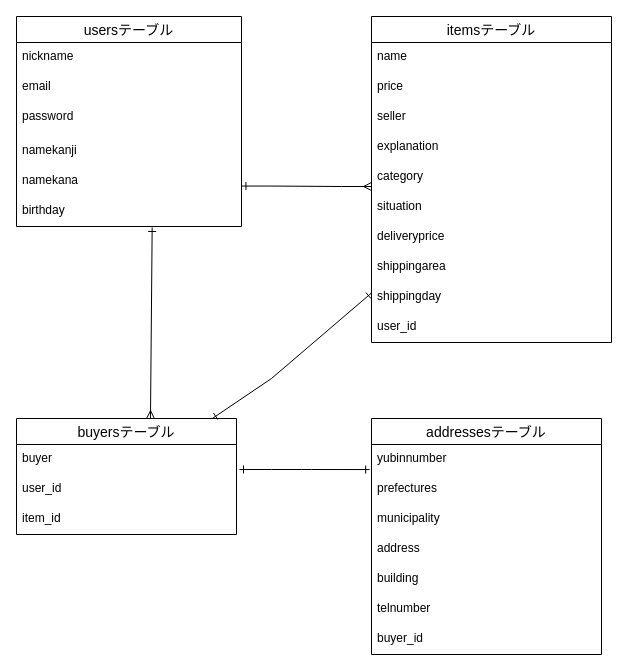
yutofujiki/furima-37080 keeps this draw.io diagram as ER.dio. Above is the earlier version. Source tidied: cells renumbered, new cells numbered last; positions are measured from the earlier drawing's top-left corner, leaving out a move shared by most shapes. Both pictures are drawn from the tidied source at 100%, with x=0, y=0 at pixel (16, 16).
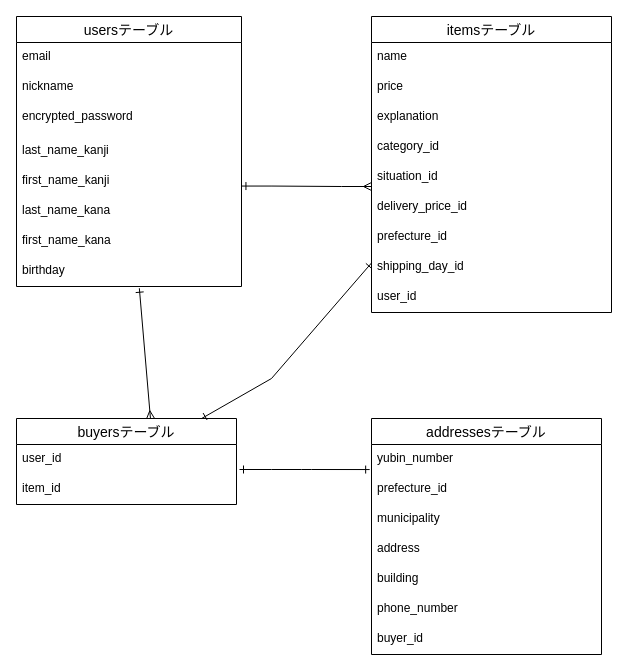
The same diagram, later.

The change refers to these unchanged cells:
```xml
<mxCell id="24" value="addressesテーブル" style="swimlane;fontStyle=0;horizontal=1;startSize=26;align=center;fontSize=14;" parent="1" vertex="1">
  <mxGeometry x="355" y="402" width="230" height="236" as="geometry" />
</mxCell>
```

Change to the diagram source:
```diff
@@
     <mxCell id="2" value="usersテーブル" style="swimlane;fontStyle=0;horizontal=1;startSize=26;align=center;fontSize=14;direction=east;" parent="1" vertex="1">
-      <mxGeometry width="225" height="210" as="geometry" />
+      <mxGeometry width="225" height="270" as="geometry" />
     </mxCell>
+    <mxCell id="4" value="email" style="text;strokeColor=none;fillColor=none;spacingLeft=4;spacingRight=4;overflow=hidden;fontSize=12;" parent="2" vertex="1">
+      <mxGeometry y="26" width="225" height="30" as="geometry" />
+    </mxCell>
     <mxCell id="3" value="nickname" style="text;strokeColor=none;fillColor=none;spacingLeft=4;spacingRight=4;overflow=hidden;fontSize=12;" parent="2" vertex="1">
-      <mxGeometry y="26" width="225" height="30" as="geometry" />
+      <mxGeometry y="56" width="225" height="30" as="geometry" />
     </mxCell>
-    <mxCell id="4" value="email" style="text;strokeColor=none;fillColor=none;spacingLeft=4;spacingRight=4;overflow=hidden;fontSize=12;" parent="2" vertex="1">
-      <mxGeometry y="56" width="225" height="30" as="geometry" />
-    </mxCell>
-    <mxCell id="5" value="password" style="text;strokeColor=none;fillColor=none;spacingLeft=4;spacingRight=4;overflow=hidden;fontSize=12;glass=0;" parent="2" vertex="1">
+    <mxCell id="5" value="encrypted_password" style="text;strokeColor=none;fillColor=none;spacingLeft=4;spacingRight=4;overflow=hidden;fontSize=12;glass=0;" parent="2" vertex="1">
       <mxGeometry y="86" width="225" height="34" as="geometry" />
     </mxCell>
-    <mxCell id="6" value="namekanji" style="text;strokeColor=none;fillColor=none;spacingLeft=4;spacingRight=4;overflow=hidden;fontSize=12;glass=0;" parent="2" vertex="1">
+    <mxCell id="6" value="last_name_kanji" style="text;strokeColor=none;fillColor=none;spacingLeft=4;spacingRight=4;overflow=hidden;fontSize=12;glass=0;" parent="2" vertex="1">
       <mxGeometry y="120" width="225" height="30" as="geometry" />
     </mxCell>
-    <mxCell id="7" value="namekana" style="text;strokeColor=none;fillColor=none;spacingLeft=4;spacingRight=4;overflow=hidden;points=[[0,0.5],[1,0.5]];portConstraint=eastwest;fontSize=12;glass=0;" parent="2" vertex="1">
+    <mxCell id="7" value="first_name_kanji" style="text;strokeColor=none;fillColor=none;spacingLeft=4;spacingRight=4;overflow=hidden;points=[[0,0.5],[1,0.5]];portConstraint=eastwest;fontSize=12;glass=0;" parent="2" vertex="1">
       <mxGeometry y="150" width="225" height="30" as="geometry" />
     </mxCell>
-    <mxCell id="8" value="birthday" style="text;strokeColor=none;fillColor=none;spacingLeft=4;spacingRight=4;overflow=hidden;points=[[0,0.5],[1,0.5]];portConstraint=eastwest;fontSize=12;glass=0;" parent="2" vertex="1">
+    <mxCell id="8" value="last_name_kana" style="text;strokeColor=none;fillColor=none;spacingLeft=4;spacingRight=4;overflow=hidden;points=[[0,0.5],[1,0.5]];portConstraint=eastwest;fontSize=12;glass=0;" parent="2" vertex="1">
       <mxGeometry y="180" width="225" height="30" as="geometry" />
     </mxCell>
+    <mxCell id="36" value="first_name_kana" style="text;strokeColor=none;fillColor=none;spacingLeft=4;spacingRight=4;overflow=hidden;fontSize=12;glass=0;" parent="2" vertex="1">
+      <mxGeometry y="210" width="225" height="30" as="geometry" />
+    </mxCell>
+    <mxCell id="37" value="birthday" style="text;strokeColor=none;fillColor=none;spacingLeft=4;spacingRight=4;overflow=hidden;points=[[0,0.5],[1,0.5]];portConstraint=eastwest;fontSize=12;glass=0;" parent="2" vertex="1">
+      <mxGeometry y="240" width="225" height="30" as="geometry" />
+    </mxCell>
     <mxCell id="9" value="itemsテーブル" style="swimlane;fontStyle=0;horizontal=1;startSize=26;align=center;fontSize=14;" parent="1" vertex="1">
-      <mxGeometry x="355" width="240" height="326" as="geometry" />
+      <mxGeometry x="355" width="240" height="296" as="geometry" />
     </mxCell>
@@
-    <mxCell id="12" value="seller" style="text;strokeColor=none;fillColor=none;spacingLeft=4;spacingRight=4;overflow=hidden;fontSize=12;glass=0;" parent="9" vertex="1">
-      <mxGeometry y="86" width="240" height="30" as="geometry" />
-    </mxCell>
     <mxCell id="13" value="explanation" style="text;strokeColor=none;fillColor=none;spacingLeft=4;spacingRight=4;overflow=hidden;fontSize=12;glass=0;" parent="9" vertex="1">
-      <mxGeometry y="116" width="240" height="30" as="geometry" />
+      <mxGeometry y="86" width="240" height="30" as="geometry" />
     </mxCell>
-    <mxCell id="14" value="category" style="text;strokeColor=none;fillColor=none;spacingLeft=4;spacingRight=4;overflow=hidden;fontSize=12;glass=0;" parent="9" vertex="1">
-      <mxGeometry y="146" width="240" height="30" as="geometry" />
+    <mxCell id="14" value="category_id" style="text;strokeColor=none;fillColor=none;spacingLeft=4;spacingRight=4;overflow=hidden;fontSize=12;glass=0;" parent="9" vertex="1">
+      <mxGeometry y="116" width="240" height="30" as="geometry" />
     </mxCell>
-    <mxCell id="15" value="situation" style="text;strokeColor=none;fillColor=none;spacingLeft=4;spacingRight=4;overflow=hidden;fontSize=12;glass=0;" parent="9" vertex="1">
-      <mxGeometry y="176" width="240" height="30" as="geometry" />
+    <mxCell id="15" value="situation_id" style="text;strokeColor=none;fillColor=none;spacingLeft=4;spacingRight=4;overflow=hidden;fontSize=12;glass=0;" parent="9" vertex="1">
+      <mxGeometry y="146" width="240" height="30" as="geometry" />
     </mxCell>
-    <mxCell id="16" value="deliveryprice" style="text;strokeColor=none;fillColor=none;spacingLeft=4;spacingRight=4;overflow=hidden;fontSize=12;glass=0;" parent="9" vertex="1">
-      <mxGeometry y="206" width="240" height="30" as="geometry" />
+    <mxCell id="16" value="delivery_price_id" style="text;strokeColor=none;fillColor=none;spacingLeft=4;spacingRight=4;overflow=hidden;fontSize=12;glass=0;" parent="9" vertex="1">
+      <mxGeometry y="176" width="240" height="30" as="geometry" />
     </mxCell>
-    <mxCell id="17" value="shippingarea" style="text;strokeColor=none;fillColor=none;spacingLeft=4;spacingRight=4;overflow=hidden;fontSize=12;glass=0;" parent="9" vertex="1">
-      <mxGeometry y="236" width="240" height="30" as="geometry" />
+    <mxCell id="17" value="prefecture_id" style="text;strokeColor=none;fillColor=none;spacingLeft=4;spacingRight=4;overflow=hidden;fontSize=12;glass=0;" parent="9" vertex="1">
+      <mxGeometry y="206" width="240" height="30" as="geometry" />
     </mxCell>
-    <mxCell id="18" value="shippingday" style="text;strokeColor=none;fillColor=none;spacingLeft=4;spacingRight=4;overflow=hidden;points=[[0,0.5],[1,0.5]];portConstraint=eastwest;fontSize=12;glass=0;" parent="9" vertex="1">
-      <mxGeometry y="266" width="240" height="30" as="geometry" />
+    <mxCell id="18" value="shipping_day_id" style="text;strokeColor=none;fillColor=none;spacingLeft=4;spacingRight=4;overflow=hidden;points=[[0,0.5],[1,0.5]];portConstraint=eastwest;fontSize=12;glass=0;" parent="9" vertex="1">
+      <mxGeometry y="236" width="240" height="30" as="geometry" />
     </mxCell>
     <mxCell id="19" value="user_id" style="text;strokeColor=none;fillColor=none;spacingLeft=4;spacingRight=4;overflow=hidden;fontSize=12;glass=0;" parent="9" vertex="1">
-      <mxGeometry y="296" width="240" height="30" as="geometry" />
+      <mxGeometry y="266" width="240" height="30" as="geometry" />
     </mxCell>
     <mxCell id="20" value="buyersテーブル" style="swimlane;fontStyle=0;horizontal=1;startSize=26;align=center;fontSize=14;" parent="1" vertex="1">
-      <mxGeometry y="402" width="220" height="116" as="geometry" />
+      <mxGeometry y="402" width="220" height="86" as="geometry" />
     </mxCell>
-    <mxCell id="21" value="buyer" style="text;strokeColor=none;fillColor=none;spacingLeft=4;spacingRight=4;overflow=hidden;fontSize=12;glass=0;" parent="20" vertex="1">
-      <mxGeometry y="26" width="220" height="30" as="geometry" />
-    </mxCell>
     <mxCell id="22" value="user_id" style="text;strokeColor=none;fillColor=none;spacingLeft=4;spacingRight=4;overflow=hidden;fontSize=12;glass=0;" parent="20" vertex="1">
-      <mxGeometry y="56" width="220" height="30" as="geometry" />
+      <mxGeometry y="26" width="220" height="30" as="geometry" />
     </mxCell>
     <mxCell id="23" value="item_id" style="text;strokeColor=none;fillColor=none;spacingLeft=4;spacingRight=4;overflow=hidden;fontSize=12;glass=0;" parent="20" vertex="1">
-      <mxGeometry y="86" width="220" height="30" as="geometry" />
+      <mxGeometry y="56" width="220" height="30" as="geometry" />
     </mxCell>
@@
-    <mxCell id="25" value="yubinnumber" style="text;strokeColor=none;fillColor=none;spacingLeft=4;spacingRight=4;overflow=hidden;points=[[0,0.5],[1,0.5]];portConstraint=eastwest;fontSize=12;glass=0;" parent="24" vertex="1">
+    <mxCell id="25" value="yubin_number" style="text;strokeColor=none;fillColor=none;spacingLeft=4;spacingRight=4;overflow=hidden;points=[[0,0.5],[1,0.5]];portConstraint=eastwest;fontSize=12;glass=0;" parent="24" vertex="1">
       <mxGeometry y="26" width="230" height="30" as="geometry" />
     </mxCell>
-    <mxCell id="26" value="prefectures" style="text;strokeColor=none;fillColor=none;spacingLeft=4;spacingRight=4;overflow=hidden;fontSize=12;glass=0;" parent="24" vertex="1">
+    <mxCell id="26" value="prefecture_id" style="text;strokeColor=none;fillColor=none;spacingLeft=4;spacingRight=4;overflow=hidden;fontSize=12;glass=0;" parent="24" vertex="1">
       <mxGeometry y="56" width="230" height="30" as="geometry" />
     </mxCell>
@@
-    <mxCell id="30" value="telnumber" style="text;strokeColor=none;fillColor=none;spacingLeft=4;spacingRight=4;overflow=hidden;fontSize=12;glass=0;" parent="24" vertex="1">
+    <mxCell id="30" value="phone_number" style="text;strokeColor=none;fillColor=none;spacingLeft=4;spacingRight=4;overflow=hidden;fontSize=12;glass=0;" parent="24" vertex="1">
       <mxGeometry y="176" width="230" height="30" as="geometry" />
     </mxCell>
@@
-    <mxCell id="34" style="endArrow=ERmany;html=1;rounded=0;fontSize=14;endFill=0;entryX=0.609;entryY=0.002;entryDx=0;entryDy=0;entryPerimeter=0;exitX=0.603;exitY=1.033;exitDx=0;exitDy=0;exitPerimeter=0;startArrow=ERone;startFill=0;" parent="1" edge="1" source="8" target="20">
+    <mxCell id="34" style="endArrow=ERmany;html=1;rounded=0;fontSize=14;endFill=0;entryX=0.609;entryY=0.002;entryDx=0;entryDy=0;entryPerimeter=0;startArrow=ERone;startFill=0;exitX=0.546;exitY=1.058;exitDx=0;exitDy=0;exitPerimeter=0;" parent="1" edge="1" source="37" target="20">
       <mxGeometry relative="1" as="geometry" />
     </mxCell>
```
